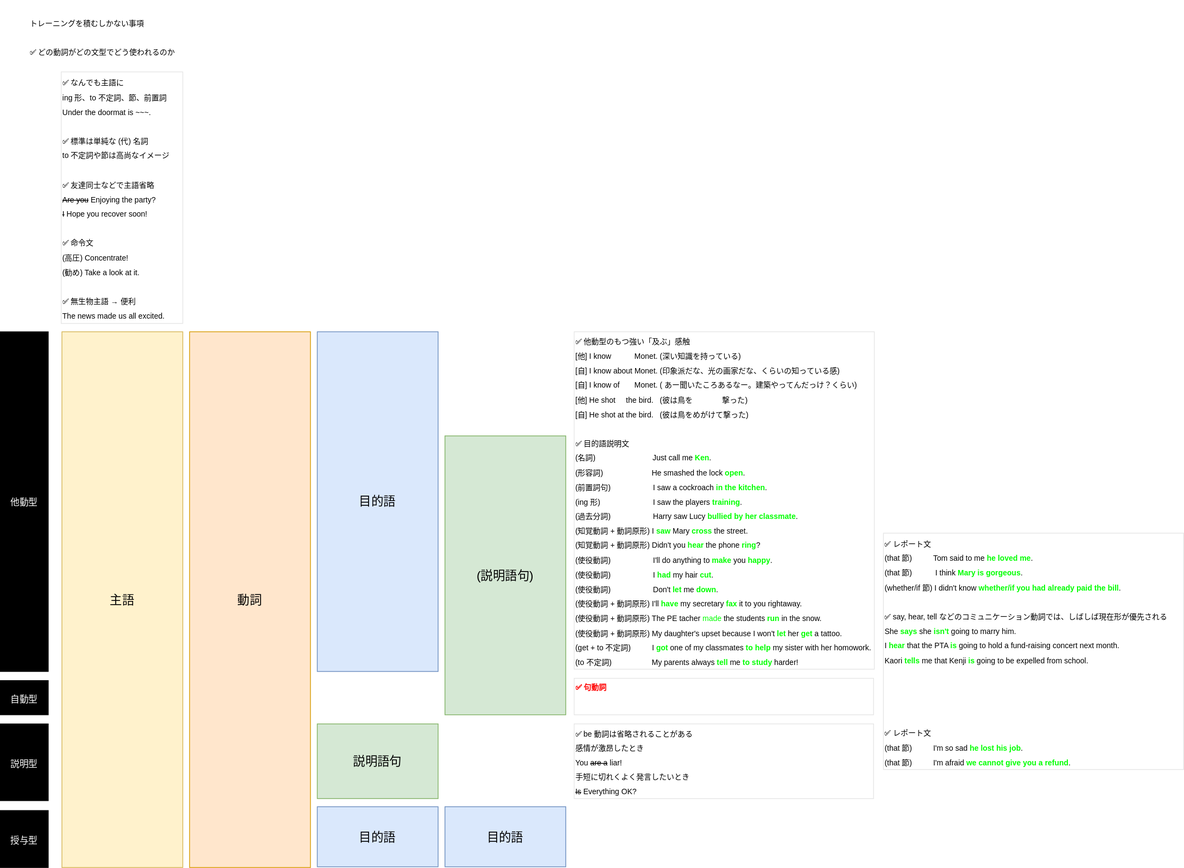
Earlier version of the draw.io export grammer/overview.drawio.svg (namtoki/English). Source tidied: cells renumbered, new cells last; positions are measured from the earlier drawing's top-left corner, leaving out a move shared by most shapes.
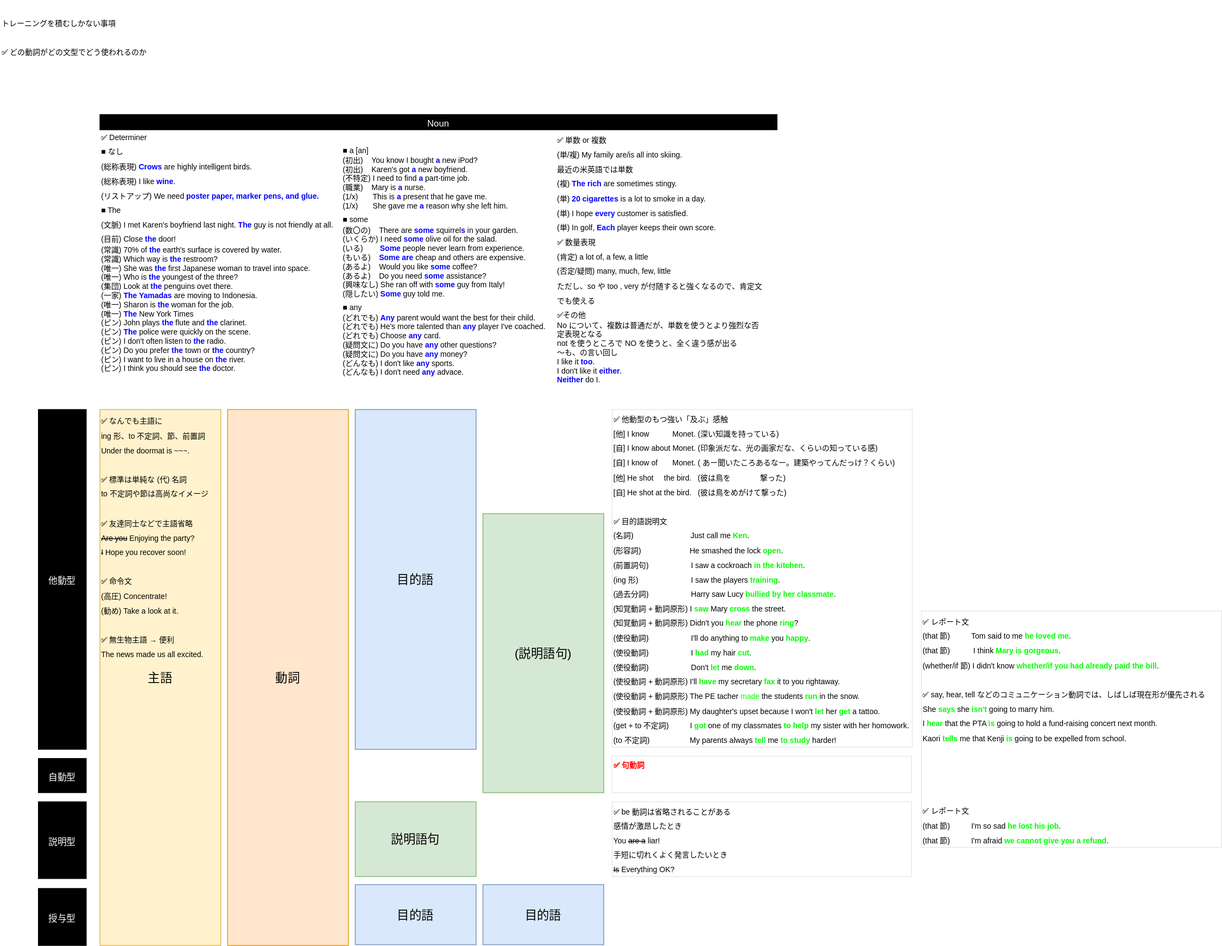
Above is the later version.

Change to the diagram source:
```diff
@@ -14,9 +14,6 @@
     <mxCell id="5" value="&lt;font style=&quot;font-size: 12px;&quot;&gt;授与型&lt;/font&gt;" style="rounded=0;whiteSpace=wrap;html=1;fontSize=16;verticalAlign=middle;fillColor=#000000;fontColor=#FFFFFF;" parent="1" vertex="1">
       <mxGeometry y="1066" width="63" height="75" as="geometry" />
     </mxCell>
-    <mxCell id="6" value="&lt;font style=&quot;font-size: 10px;&quot;&gt;✅ なんでも主語に&lt;br&gt;ing 形、to 不定詞、節、前置詞&lt;br&gt;Under the doormat is ~~~.&lt;br&gt;&lt;br&gt;✅ 標準は単純な (代) 名詞&lt;br&gt;to 不定詞や節は高尚なイメージ&lt;br&gt;&lt;br&gt;✅ 友達同士などで主語省略&lt;br&gt;&lt;strike&gt;Are you&lt;/strike&gt; Enjoying the party?&lt;br&gt;&lt;strike&gt;I&lt;/strike&gt; Hope you recover soon!&lt;br&gt;&lt;br&gt;✅ 命令文&lt;br&gt;(高圧) Concentrate!&lt;br&gt;(勧め) Take a look at it.&lt;br&gt;&lt;br&gt;✅ 無生物主語 → 便利&lt;br&gt;The news made us all excited.&lt;br&gt;&lt;/font&gt;" style="text;html=1;strokeColor=#E6E6E6;fillColor=none;align=left;verticalAlign=middle;whiteSpace=wrap;rounded=0;fontSize=16;" parent="1" vertex="1">
-      <mxGeometry x="80" y="94" width="160" height="331" as="geometry" />
-    </mxCell>
     <mxCell id="7" value="主語" style="rounded=0;whiteSpace=wrap;html=1;fontSize=16;fillColor=#fff2cc;strokeColor=#d6b656;" parent="1" vertex="1">
       <mxGeometry x="81" y="436" width="159" height="705" as="geometry" />
     </mxCell>
@@ -27,7 +24,7 @@
       <mxGeometry x="755" y="952" width="394" height="98.3" as="geometry" />
     </mxCell>
     <mxCell id="10" value="&lt;font style=&quot;font-size: 10px;&quot;&gt;トレーニングを積むしかない事項&lt;br&gt;&lt;br&gt;✅ どの動詞がどの文型でどう使われるのか&lt;br&gt;&lt;/font&gt;" style="text;html=1;strokeColor=none;fillColor=none;align=left;verticalAlign=middle;whiteSpace=wrap;rounded=0;fontSize=16;" parent="1" vertex="1">
-      <mxGeometry x="37" width="277" height="93" as="geometry" />
+      <mxGeometry x="-50" y="-102" width="277" height="93" as="geometry" />
     </mxCell>
     <mxCell id="11" value="動詞" style="rounded=0;whiteSpace=wrap;html=1;fontSize=16;fillColor=#ffe6cc;strokeColor=#d79b00;" parent="1" vertex="1">
       <mxGeometry x="249" y="436" width="159" height="705" as="geometry" />
@@ -53,5 +50,20 @@
     <mxCell id="18" value="&lt;font style=&quot;font-size: 10px;&quot;&gt;✅ レポート文&lt;br&gt;(that 節)&amp;nbsp; &amp;nbsp; &amp;nbsp; &amp;nbsp; &amp;nbsp; Tom said to me &lt;b&gt;&lt;font color=&quot;#00ff00&quot;&gt;he loved me&lt;/font&gt;&lt;/b&gt;.&lt;br&gt;(that 節)&amp;nbsp; &amp;nbsp; &amp;nbsp; &amp;nbsp; &amp;nbsp; &amp;nbsp;I think &lt;b&gt;&lt;font color=&quot;#00ff00&quot;&gt;Mary is gorgeous&lt;/font&gt;&lt;/b&gt;.&lt;br&gt;(whether/if 節) I didn't know &lt;b&gt;&lt;font color=&quot;#00ff00&quot;&gt;whether/if you had already paid the bill&lt;/font&gt;&lt;/b&gt;.&lt;br&gt;&lt;br&gt;✅ say, hear, tell などのコミュニケーション動詞では、しばしば現在形が優先される&lt;br&gt;She &lt;b&gt;&lt;font color=&quot;#00ff00&quot;&gt;says &lt;/font&gt;&lt;/b&gt;she &lt;b&gt;&lt;font color=&quot;#00ff00&quot;&gt;isn't &lt;/font&gt;&lt;/b&gt;going to marry him.&lt;br&gt;I &lt;b&gt;&lt;font color=&quot;#00ff00&quot;&gt;hear&lt;/font&gt;&lt;/b&gt; that the PTA &lt;b&gt;&lt;font color=&quot;#00ff00&quot;&gt;is &lt;/font&gt;&lt;/b&gt;going to hold a fund-raising concert next month.&lt;br&gt;Kaori &lt;b&gt;&lt;font color=&quot;#00ff00&quot;&gt;tells &lt;/font&gt;&lt;/b&gt;me that Kenji &lt;b&gt;&lt;font color=&quot;#00ff00&quot;&gt;is &lt;/font&gt;&lt;/b&gt;going to be expelled from school.&lt;br&gt;&lt;br&gt;&lt;br&gt;&lt;br&gt;&lt;br style=&quot;border-color: var(--border-color);&quot;&gt;✅ レポート文&lt;br style=&quot;border-color: var(--border-color);&quot;&gt;(that 節)&amp;nbsp; &amp;nbsp; &amp;nbsp; &amp;nbsp; &amp;nbsp; I'm so sad &lt;b&gt;&lt;font color=&quot;#00ff00&quot;&gt;he lost his job&lt;/font&gt;&lt;/b&gt;.&lt;br&gt;(that 節)&amp;nbsp; &amp;nbsp; &amp;nbsp; &amp;nbsp; &amp;nbsp; I'm afraid &lt;b&gt;&lt;font color=&quot;#00ff00&quot;&gt;we cannot give you a refund&lt;/font&gt;&lt;/b&gt;.&lt;br style=&quot;border-color: var(--border-color);&quot;&gt;&lt;/font&gt;" style="text;html=1;strokeColor=#E6E6E6;fillColor=none;align=left;verticalAlign=middle;whiteSpace=wrap;rounded=0;fontSize=16;" parent="1" vertex="1">
       <mxGeometry x="1162" y="701" width="395" height="311" as="geometry" />
     </mxCell>
+    <mxCell id="6" value="&lt;font style=&quot;font-size: 10px;&quot;&gt;✅ なんでも主語に&lt;br&gt;ing 形、to 不定詞、節、前置詞&lt;br&gt;Under the doormat is ~~~.&lt;br&gt;&lt;br&gt;✅ 標準は単純な (代) 名詞&lt;br&gt;to 不定詞や節は高尚なイメージ&lt;br&gt;&lt;br&gt;✅ 友達同士などで主語省略&lt;br&gt;&lt;strike&gt;Are you&lt;/strike&gt; Enjoying the party?&lt;br&gt;&lt;strike&gt;I&lt;/strike&gt; Hope you recover soon!&lt;br&gt;&lt;br&gt;✅ 命令文&lt;br&gt;(高圧) Concentrate!&lt;br&gt;(勧め) Take a look at it.&lt;br&gt;&lt;br&gt;✅ 無生物主語 → 便利&lt;br&gt;The news made us all excited.&lt;br&gt;&lt;/font&gt;" style="text;html=1;strokeColor=none;fillColor=none;align=left;verticalAlign=middle;whiteSpace=wrap;rounded=0;fontSize=16;" parent="1" vertex="1">
+      <mxGeometry x="81" y="437" width="160" height="331" as="geometry" />
+    </mxCell>
+    <mxCell id="19" value="&lt;font style=&quot;font-size: 10px;&quot;&gt;✅ 単数 or 複数&lt;br&gt;(単/複) My family are/is all into skiing.&lt;br&gt;最近の米英語では単数&lt;br&gt;(複) &lt;b style=&quot;&quot;&gt;&lt;font style=&quot;font-size: 10px;&quot; color=&quot;#0000ff&quot;&gt;The rich&lt;/font&gt;&lt;/b&gt; are sometimes stingy.&lt;br&gt;(単) &lt;b style=&quot;&quot;&gt;&lt;font style=&quot;font-size: 10px;&quot; color=&quot;#0000ff&quot;&gt;20 cigarettes&lt;/font&gt;&lt;/b&gt; is a lot to smoke in a day.&lt;br&gt;(単) I hope &lt;b style=&quot;&quot;&gt;&lt;font style=&quot;font-size: 10px;&quot; color=&quot;#0000ff&quot;&gt;every &lt;/font&gt;&lt;/b&gt;customer is satisfied.&lt;br&gt;(単)&amp;nbsp;&lt;span style=&quot;background-color: initial;&quot;&gt;In golf, &lt;b&gt;&lt;font style=&quot;font-size: 10px;&quot; color=&quot;#0000ff&quot;&gt;Each&lt;/font&gt;&lt;/b&gt; player keeps their own score.&lt;/span&gt;&lt;/font&gt;&lt;span style=&quot;background-color: initial; font-size: 10px;&quot;&gt;&lt;font style=&quot;font-size: 10px;&quot;&gt;&lt;br&gt;✅ 数量表現&lt;br&gt;(肯定) a lot of, a few, a little&lt;br&gt;(否定/疑問) many, much, few, little&lt;br&gt;ただし、so や too , very が付随すると強くなるので、肯定文でも使える&lt;br&gt;✅その他&lt;br&gt;&lt;/font&gt;&lt;div style=&quot;&quot;&gt;&lt;span style=&quot;&quot;&gt;&lt;font style=&quot;font-size: 10px;&quot;&gt;No について、複数は普通だが、単数を使うとより強烈な否定表現となる&lt;/font&gt;&lt;/span&gt;&lt;/div&gt;&lt;div style=&quot;&quot;&gt;&lt;font style=&quot;font-size: 10px;&quot;&gt;not を使うところで NO を使うと、全く違う感が出る&lt;/font&gt;&lt;/div&gt;&lt;div style=&quot;&quot;&gt;&lt;div style=&quot;&quot;&gt;&lt;font style=&quot;font-size: 10px;&quot;&gt;～も、の言い回し&lt;/font&gt;&lt;/div&gt;&lt;div style=&quot;&quot;&gt;&lt;font style=&quot;font-size: 10px;&quot;&gt;I like it &lt;b&gt;&lt;font style=&quot;font-size: 10px;&quot; color=&quot;#0000ff&quot;&gt;too&lt;/font&gt;&lt;/b&gt;.&lt;/font&gt;&lt;/div&gt;&lt;div style=&quot;&quot;&gt;&lt;span style=&quot;background-color: initial;&quot;&gt;&lt;font style=&quot;font-size: 10px;&quot;&gt;I don't like it &lt;b&gt;&lt;font style=&quot;font-size: 10px;&quot; color=&quot;#0000ff&quot;&gt;either&lt;/font&gt;&lt;/b&gt;.&lt;/font&gt;&lt;/span&gt;&lt;/div&gt;&lt;div style=&quot;&quot;&gt;&lt;font style=&quot;font-size: 10px;&quot;&gt;&lt;b&gt;&lt;font style=&quot;font-size: 10px;&quot; color=&quot;#0000ff&quot;&gt;Neither &lt;/font&gt;&lt;/b&gt;do I.&lt;/font&gt;&lt;/div&gt;&lt;div&gt;&lt;br&gt;&lt;/div&gt;&lt;/div&gt;&lt;/span&gt;" style="text;html=1;strokeColor=none;fillColor=none;align=left;verticalAlign=middle;whiteSpace=wrap;rounded=0;fontSize=16;" parent="1" vertex="1">
+      <mxGeometry x="681" y="90" width="277" height="305" as="geometry" />
+    </mxCell>
+    <mxCell id="20" value="&lt;font style=&quot;font-size: 12px;&quot;&gt;Noun&lt;/font&gt;" style="rounded=0;whiteSpace=wrap;html=1;fontSize=16;verticalAlign=middle;fillColor=#000000;fontColor=#FFFFFF;" parent="1" vertex="1">
+      <mxGeometry x="81" y="48" width="891" height="20" as="geometry" />
+    </mxCell>
+    <mxCell id="21" value="&lt;font style=&quot;font-size: 10px;&quot;&gt;✅ Determiner&lt;br&gt;&lt;span style=&quot;font-size: 10px;&quot;&gt;■ なし&lt;/span&gt;&lt;br&gt;&lt;span style=&quot;font-size: 10px;&quot;&gt;(総称表現) &lt;/span&gt;&lt;b style=&quot;font-size: 10px;&quot;&gt;&lt;font color=&quot;#0000ff&quot;&gt;Crows &lt;/font&gt;&lt;/b&gt;&lt;span style=&quot;font-size: 10px;&quot;&gt;are highly intelligent birds.&lt;/span&gt;&lt;br&gt;&lt;span style=&quot;font-size: 10px;&quot;&gt;(総称表現) I like &lt;/span&gt;&lt;b style=&quot;font-size: 10px;&quot;&gt;&lt;font color=&quot;#0000ff&quot;&gt;wine&lt;/font&gt;&lt;/b&gt;&lt;span style=&quot;font-size: 10px;&quot;&gt;.&lt;/span&gt;&lt;br&gt;&lt;span style=&quot;font-size: 10px;&quot;&gt;(リストアップ) We need &lt;/span&gt;&lt;b style=&quot;font-size: 10px;&quot;&gt;&lt;font color=&quot;#0000ff&quot;&gt;poster paper, marker pens, and glue.&lt;br&gt;&lt;/font&gt;&lt;/b&gt;&lt;span style=&quot;font-size: 10px;&quot;&gt;■ The&lt;/span&gt;&lt;br&gt;&lt;span style=&quot;font-size: 10px;&quot;&gt;(文脈) I met Karen's boyfriend last night. &lt;/span&gt;&lt;b style=&quot;font-size: 10px;&quot;&gt;&lt;font color=&quot;#0000ff&quot;&gt;The&lt;/font&gt;&lt;/b&gt;&lt;span style=&quot;font-size: 10px;&quot;&gt; guy is not friendly at all.&lt;/span&gt;&lt;span style=&quot;font-size: 10px;&quot;&gt;&lt;br&gt;(目前) Close &lt;/span&gt;&lt;font style=&quot;font-size: 10px;&quot; color=&quot;#0000ff&quot;&gt;&lt;b&gt;the&lt;/b&gt;&lt;/font&gt;&lt;span style=&quot;font-size: 10px;&quot;&gt; door!&lt;/span&gt;&lt;br&gt;&lt;div style=&quot;&quot;&gt;&lt;span style=&quot;font-size: 10px;&quot;&gt;(常識) 70% of &lt;b&gt;&lt;font color=&quot;#0000ff&quot;&gt;the&lt;/font&gt;&lt;/b&gt; earth's surface is covered by water.&lt;/span&gt;&lt;/div&gt;&lt;div style=&quot;&quot;&gt;&lt;span style=&quot;background-color: initial;&quot;&gt;(常識) Which way is &lt;b&gt;&lt;font color=&quot;#0000ff&quot;&gt;the&lt;/font&gt;&lt;/b&gt; restroom?&lt;/span&gt;&lt;br&gt;&lt;/div&gt;&lt;div style=&quot;&quot;&gt;&lt;span style=&quot;font-size: 10px;&quot;&gt;(唯一) She was &lt;b&gt;&lt;font color=&quot;#0000ff&quot;&gt;the&lt;/font&gt;&lt;/b&gt; first Japanese woman to travel into space.&lt;/span&gt;&lt;/div&gt;&lt;div style=&quot;&quot;&gt;&lt;span style=&quot;background-color: initial;&quot;&gt;(唯一) Who is &lt;b&gt;&lt;font color=&quot;#0000ff&quot;&gt;the&lt;/font&gt;&lt;/b&gt; youngest of the three?&lt;/span&gt;&lt;br&gt;&lt;/div&gt;&lt;div style=&quot;&quot;&gt;&lt;span style=&quot;font-size: 10px;&quot;&gt;(集団) Look at &lt;b&gt;&lt;font color=&quot;#0000ff&quot;&gt;the&lt;/font&gt;&lt;/b&gt; penguins ovet there.&lt;/span&gt;&lt;/div&gt;&lt;div style=&quot;&quot;&gt;&lt;span style=&quot;background-color: initial;&quot;&gt;(一家) &lt;b&gt;&lt;font color=&quot;#0000ff&quot;&gt;The Yamadas&lt;/font&gt;&lt;/b&gt;&amp;nbsp;are moving to Indonesia.&lt;/span&gt;&lt;br&gt;&lt;/div&gt;&lt;div style=&quot;font-size: 10px;&quot;&gt;&lt;div&gt;(唯一) Sharon is &lt;b&gt;&lt;font color=&quot;#0000ff&quot;&gt;the&lt;/font&gt;&lt;/b&gt; woman for the job.&lt;/div&gt;&lt;div&gt;&lt;span style=&quot;background-color: initial;&quot;&gt;(唯一) &lt;b&gt;&lt;font color=&quot;#0000ff&quot;&gt;The&lt;/font&gt;&lt;/b&gt; New York Times&lt;/span&gt;&lt;br&gt;&lt;/div&gt;&lt;div&gt;&lt;span style=&quot;background-color: initial;&quot;&gt;(ピン) John plays &lt;b&gt;&lt;font color=&quot;#0000ff&quot;&gt;the &lt;/font&gt;&lt;/b&gt;flute and &lt;b&gt;&lt;font color=&quot;#0000ff&quot;&gt;the &lt;/font&gt;&lt;/b&gt;clarinet.&lt;/span&gt;&lt;/div&gt;&lt;div&gt;(ピン) &lt;b&gt;&lt;font color=&quot;#0000ff&quot;&gt;The&lt;/font&gt;&lt;/b&gt; police were quickly on the scene.&lt;/div&gt;&lt;div&gt;(ピン) I don't often listen to &lt;b&gt;&lt;font color=&quot;#0000ff&quot;&gt;the&lt;/font&gt;&lt;/b&gt; radio.&lt;/div&gt;&lt;div&gt;(ピン) Do you prefer &lt;b&gt;&lt;font color=&quot;#0000ff&quot;&gt;the&lt;/font&gt;&lt;/b&gt; town or &lt;b&gt;&lt;font color=&quot;#0000ff&quot;&gt;the&lt;/font&gt;&lt;/b&gt; country?&lt;/div&gt;&lt;div&gt;(ピン) I want to live in a house on &lt;b&gt;&lt;font color=&quot;#0000ff&quot;&gt;the&lt;/font&gt;&lt;/b&gt; river.&lt;/div&gt;&lt;div&gt;(ピン) I think you should see &lt;b&gt;&lt;font color=&quot;#0000ff&quot;&gt;the&lt;/font&gt;&lt;/b&gt; doctor.&lt;/div&gt;&lt;/div&gt;&lt;br&gt;&lt;/font&gt;" style="text;html=1;strokeColor=none;fillColor=none;align=left;verticalAlign=middle;whiteSpace=wrap;rounded=0;fontSize=16;" parent="1" vertex="1">
+      <mxGeometry x="81" y="68" width="313" height="337" as="geometry" />
+    </mxCell>
+    <mxCell id="22" value="&lt;font style=&quot;font-size: 10px;&quot;&gt;&lt;span style=&quot;font-size: 10px;&quot;&gt;■ a [an]&lt;br&gt;&lt;/span&gt;&lt;div style=&quot;font-size: 10px;&quot;&gt;(初出)&amp;nbsp; &amp;nbsp; You know I bought &lt;b&gt;&lt;font color=&quot;#0000ff&quot;&gt;a &lt;/font&gt;&lt;/b&gt;new iPod?&amp;nbsp;&lt;/div&gt;&lt;div style=&quot;font-size: 10px;&quot;&gt;&lt;span style=&quot;font-size: 10px;&quot;&gt;(初出)&amp;nbsp; &amp;nbsp; Karen's got &lt;b&gt;&lt;font color=&quot;#0000ff&quot;&gt;a &lt;/font&gt;&lt;/b&gt;new boyfriend.&lt;/span&gt;&lt;/div&gt;&lt;div style=&quot;font-size: 10px;&quot;&gt;&lt;span style=&quot;font-size: 10px;&quot;&gt;(不特定) I need to find &lt;b&gt;&lt;font color=&quot;#0000ff&quot;&gt;a &lt;/font&gt;&lt;/b&gt;part-time job.&lt;/span&gt;&lt;/div&gt;&lt;div style=&quot;font-size: 10px;&quot;&gt;&lt;span style=&quot;font-size: 10px;&quot;&gt;(職業)&amp;nbsp; &amp;nbsp; Mary is &lt;b&gt;&lt;font color=&quot;#0000ff&quot;&gt;a &lt;/font&gt;&lt;/b&gt;nurse.&lt;/span&gt;&lt;/div&gt;&lt;div style=&quot;font-size: 10px;&quot;&gt;&lt;span style=&quot;font-size: 10px;&quot;&gt;(1/x)&amp;nbsp; &amp;nbsp; &amp;nbsp; &amp;nbsp;This is &lt;b&gt;&lt;font color=&quot;#0000ff&quot;&gt;a &lt;/font&gt;&lt;/b&gt;present that he gave me.&lt;/span&gt;&lt;/div&gt;&lt;div style=&quot;font-size: 10px;&quot;&gt;&lt;span style=&quot;font-size: 10px;&quot;&gt;(1/x)&amp;nbsp; &amp;nbsp; &amp;nbsp; &amp;nbsp;She gave me &lt;b&gt;&lt;font color=&quot;#0000ff&quot;&gt;a &lt;/font&gt;&lt;/b&gt;reason why she left him.&lt;/span&gt;&lt;/div&gt;■ some&lt;br&gt;&lt;div style=&quot;font-size: 10px;&quot;&gt;&lt;span style=&quot;font-size: 10px;&quot;&gt;(数〇の)&amp;nbsp; &amp;nbsp; There are &lt;b&gt;&lt;font color=&quot;#0000ff&quot;&gt;some &lt;/font&gt;&lt;/b&gt;squirrel&lt;b&gt;&lt;font color=&quot;#0000ff&quot;&gt;s&lt;/font&gt;&lt;/b&gt; in your garden.&lt;/span&gt;&lt;/div&gt;&lt;div style=&quot;font-size: 10px;&quot;&gt;&lt;span style=&quot;font-size: 10px;&quot;&gt;(いくらか) I need &lt;b&gt;&lt;font color=&quot;#0000ff&quot;&gt;some &lt;/font&gt;&lt;/b&gt;olive oil for the salad.&lt;/span&gt;&lt;/div&gt;&lt;div style=&quot;font-size: 10px;&quot;&gt;&lt;span style=&quot;font-size: 10px;&quot;&gt;(いる)&amp;nbsp; &amp;nbsp; &amp;nbsp; &amp;nbsp; &lt;b&gt;&lt;font color=&quot;#0000ff&quot;&gt;Some &lt;/font&gt;&lt;/b&gt;people never learn from experience.&lt;/span&gt;&lt;/div&gt;&lt;div style=&quot;font-size: 10px;&quot;&gt;&lt;span style=&quot;font-size: 10px;&quot;&gt;(もいる)&amp;nbsp; &amp;nbsp; &lt;b&gt;&lt;font color=&quot;#0000ff&quot;&gt;Some are&lt;/font&gt;&lt;/b&gt; cheap and others are expensive.&lt;/span&gt;&lt;/div&gt;&lt;div style=&quot;font-size: 10px;&quot;&gt;&lt;span style=&quot;font-size: 10px;&quot;&gt;(あるよ)&amp;nbsp; &amp;nbsp; Would you like &lt;b&gt;&lt;font color=&quot;#0000ff&quot;&gt;some &lt;/font&gt;&lt;/b&gt;coffee?&lt;/span&gt;&lt;/div&gt;&lt;div style=&quot;font-size: 10px;&quot;&gt;&lt;span style=&quot;font-size: 10px;&quot;&gt;(あるよ)&amp;nbsp; &amp;nbsp; Do you need &lt;b&gt;&lt;font color=&quot;#0000ff&quot;&gt;some &lt;/font&gt;&lt;/b&gt;assistance?&lt;/span&gt;&lt;/div&gt;&lt;div style=&quot;font-size: 10px;&quot;&gt;&lt;span style=&quot;font-size: 10px;&quot;&gt;(興味なし) She ran off with &lt;b&gt;&lt;font color=&quot;#0000ff&quot;&gt;some &lt;/font&gt;&lt;/b&gt;guy from Italy!&lt;/span&gt;&lt;/div&gt;&lt;div style=&quot;font-size: 10px;&quot;&gt;&lt;span style=&quot;font-size: 10px;&quot;&gt;(隠したい) &lt;b&gt;&lt;font color=&quot;#0000ff&quot;&gt;Some &lt;/font&gt;&lt;/b&gt;guy told me.&lt;/span&gt;&lt;/div&gt;&lt;div style=&quot;font-size: 10px;&quot;&gt;&lt;/div&gt;&lt;span style=&quot;font-size: 10px;&quot;&gt;■ any&lt;/span&gt;&lt;br&gt;&lt;div style=&quot;&quot;&gt;&lt;span style=&quot;font-size: 10px;&quot;&gt;(どれでも) &lt;b&gt;&lt;font color=&quot;#0000ff&quot;&gt;Any &lt;/font&gt;&lt;/b&gt;parent would want the best for their child.&lt;/span&gt;&lt;/div&gt;&lt;div style=&quot;&quot;&gt;&lt;span style=&quot;font-size: 10px;&quot;&gt;(どれでも) He's more talented than &lt;b&gt;&lt;font color=&quot;#0000ff&quot;&gt;any &lt;/font&gt;&lt;/b&gt;player I've coached.&lt;/span&gt;&lt;/div&gt;&lt;div style=&quot;&quot;&gt;&lt;span style=&quot;font-size: 10px;&quot;&gt;(どれでも) Choose &lt;b&gt;&lt;font color=&quot;#0000ff&quot;&gt;any &lt;/font&gt;&lt;/b&gt;card.&lt;/span&gt;&lt;/div&gt;&lt;div style=&quot;&quot;&gt;&lt;span style=&quot;font-size: 10px;&quot;&gt;(疑問文に) Do you have &lt;b&gt;&lt;font color=&quot;#0000ff&quot;&gt;any &lt;/font&gt;&lt;/b&gt;other questions?&lt;/span&gt;&lt;/div&gt;&lt;div style=&quot;&quot;&gt;&lt;span style=&quot;font-size: 10px;&quot;&gt;(疑問文に) Do you have &lt;b&gt;&lt;font color=&quot;#0000ff&quot;&gt;any &lt;/font&gt;&lt;/b&gt;money?&lt;/span&gt;&lt;/div&gt;&lt;div style=&quot;&quot;&gt;&lt;span style=&quot;font-size: 10px;&quot;&gt;(どんなも) I don't like &lt;b&gt;&lt;font color=&quot;#0000ff&quot;&gt;any &lt;/font&gt;&lt;/b&gt;sports.&lt;/span&gt;&lt;/div&gt;&lt;div style=&quot;&quot;&gt;&lt;span style=&quot;font-size: 10px;&quot;&gt;(どんなも) I don't need &lt;b&gt;&lt;font color=&quot;#0000ff&quot;&gt;any &lt;/font&gt;&lt;/b&gt;advace.&lt;/span&gt;&lt;/div&gt;&lt;br&gt;&lt;/font&gt;" style="text;html=1;strokeColor=none;fillColor=none;align=left;verticalAlign=middle;whiteSpace=wrap;rounded=0;fontSize=16;" parent="1" vertex="1">
+      <mxGeometry x="399" y="87" width="292" height="321" as="geometry" />
+    </mxCell>
   </root>
 </mxGraphModel>
```
